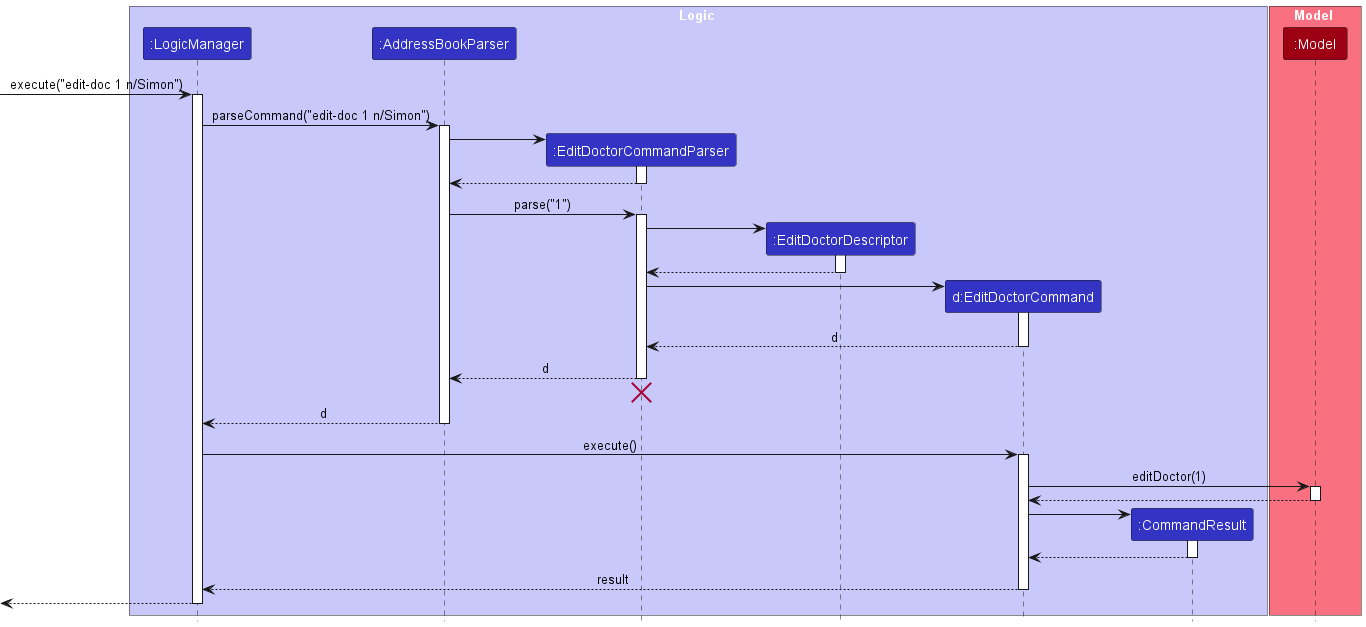
This is docs/images/EditDoctorSequenceDiagram.png from nus-cs2103-AY2223S2/tp, a PlantUML export, as it was before one commit. Its diagram source:
```plantuml
@startuml
!include style.puml

box Logic LOGIC_COLOR_T1
participant ":LogicManager" as LogicManager LOGIC_COLOR
participant ":AddressBookParser" as AddressBookParser LOGIC_COLOR
participant ":EditDoctorCommandParser" as EditDoctorCommandParser LOGIC_COLOR
participant ":EditDoctorDescriptor" as EditDoctorDescriptor LOGIC_COLOR
participant "d:EditDoctorCommand" as EditDoctorCommand LOGIC_COLOR
participant ":CommandResult" as CommandResult LOGIC_COLOR
end box

box Model MODEL_COLOR_T1
participant ":Model" as Model MODEL_COLOR
end box

[-> LogicManager : execute("edit-doc 1 n/Simon")
activate LogicManager

LogicManager -> AddressBookParser : parseCommand("edit-doc 1 n/Simon")
activate AddressBookParser

create EditDoctorCommandParser
AddressBookParser -> EditDoctorCommandParser
activate EditDoctorCommandParser

EditDoctorCommandParser --> AddressBookParser
deactivate EditDoctorCommandParser

AddressBookParser -> EditDoctorCommandParser : parse("1")
activate EditDoctorCommandParser

create EditDoctorDescriptor
EditDoctorCommandParser -> EditDoctorDescriptor
activate EditDoctorDescriptor

EditDoctorDescriptor --> EditDoctorCommandParser
deactivate EditDoctorDescriptor

create EditDoctorCommand
EditDoctorCommandParser -> EditDoctorCommand
activate EditDoctorCommand

EditDoctorCommand --> EditDoctorCommandParser : d
deactivate EditDoctorCommand

EditDoctorCommandParser --> AddressBookParser : d
deactivate EditDoctorCommandParser
EditDoctorCommandParser -[hidden]-> AddressBookParser
destroy EditDoctorCommandParser

AddressBookParser --> LogicManager : d
deactivate AddressBookParser

LogicManager -> EditDoctorCommand : execute()
activate EditDoctorCommand

EditDoctorCommand -> Model : editDoctor(1)
activate Model

Model --> EditDoctorCommand
deactivate Model

create CommandResult
EditDoctorCommand -> CommandResult
activate CommandResult

CommandResult --> EditDoctorCommand
deactivate CommandResult

EditDoctorCommand --> LogicManager : result
deactivate EditDoctorCommand

[<--LogicManager
deactivate LogicManager
@enduml
```
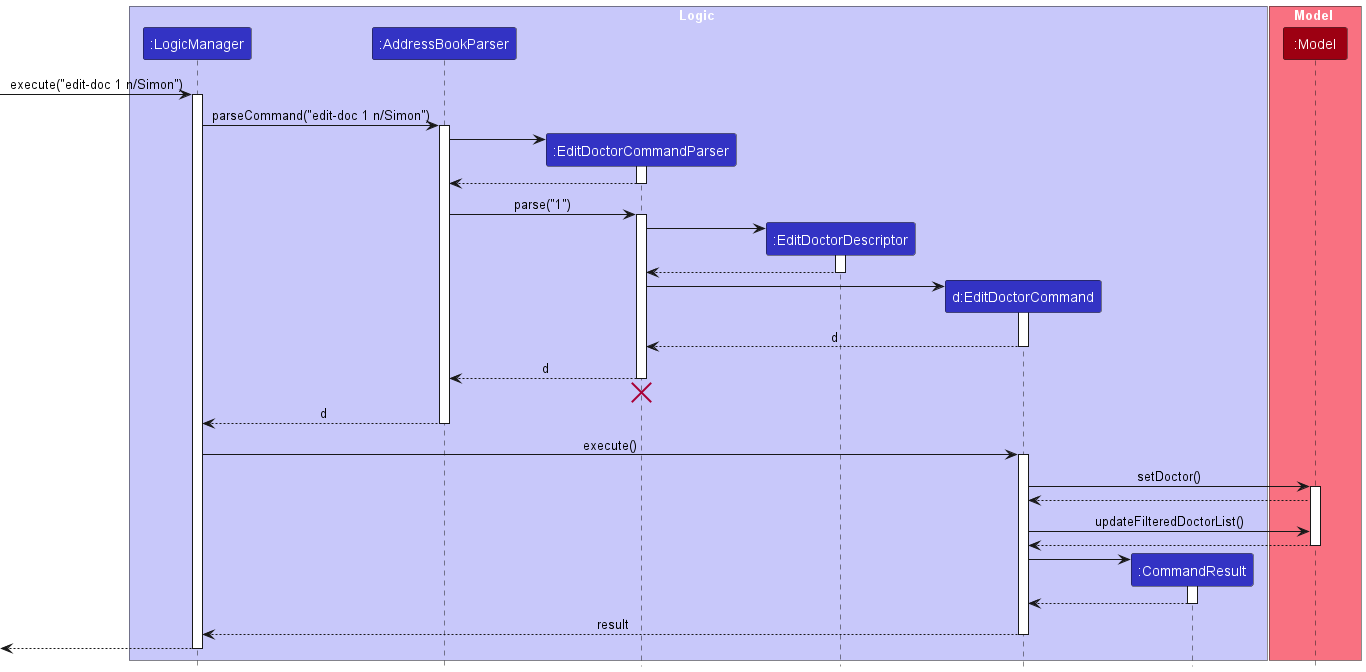
After the commit.

Commit message:
Update DG with correct diagrams, glossary and effort

Diff of the diagram source:
```diff
@@ -55,9 +55,12 @@
 LogicManager -> EditDoctorCommand : execute()
 activate EditDoctorCommand
 
-EditDoctorCommand -> Model : editDoctor(1)
+EditDoctorCommand -> Model : setDoctor()
 activate Model
 
+Model --> EditDoctorCommand
+
+EditDoctorCommand -> Model : updateFilteredDoctorList()
 Model --> EditDoctorCommand
 deactivate Model
 
```
